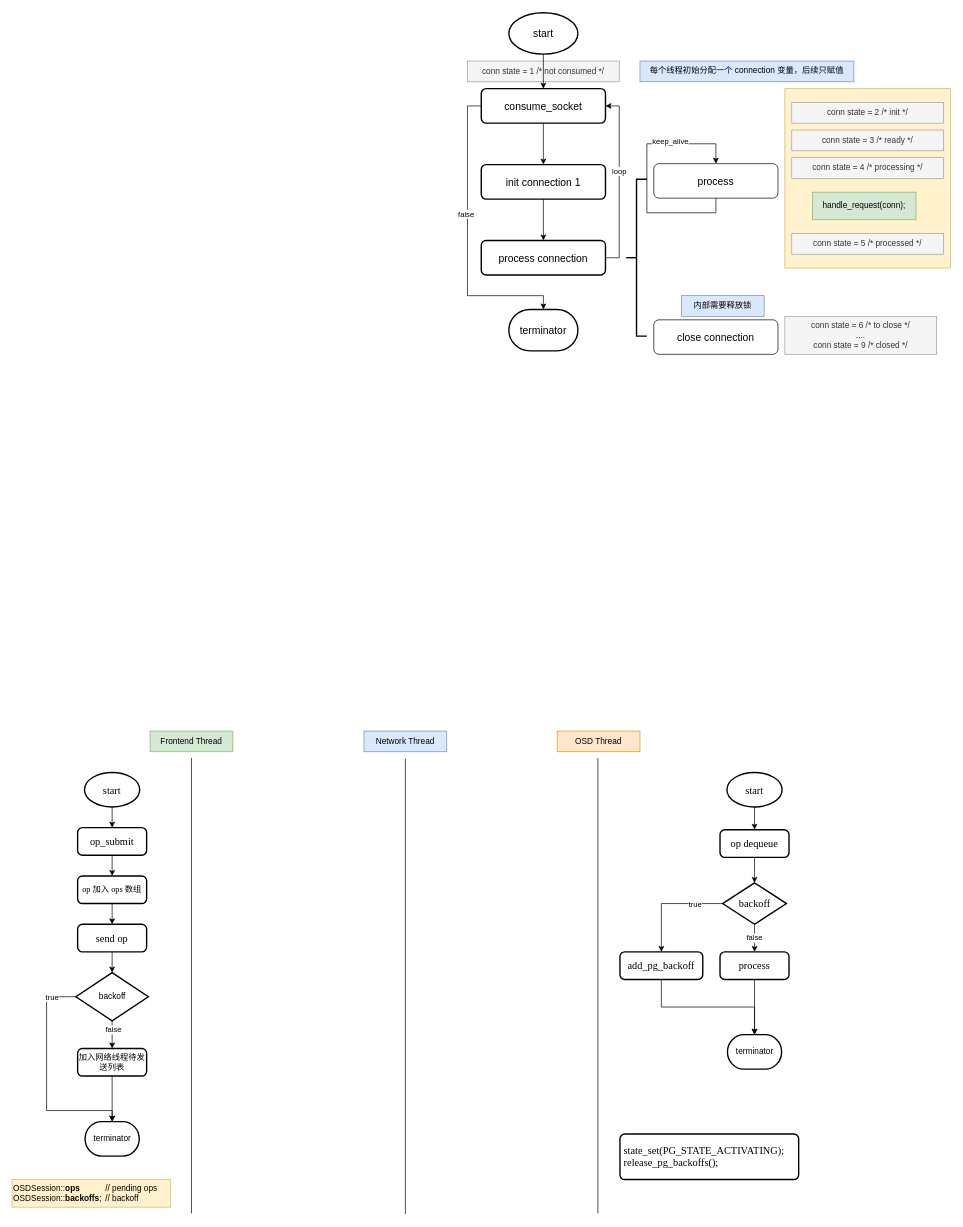
Above: civetweb.drawio in 1253757553/drawIO (draw.io), before the change. Source tidied: cells renumbered, new cells numbered last; positions are measured from the earlier drawing's top-left corner, leaving out a move shared by most shapes. Both pictures are drawn from the tidied source at 69%, with x=0, y=0 at pixel (12, 12).
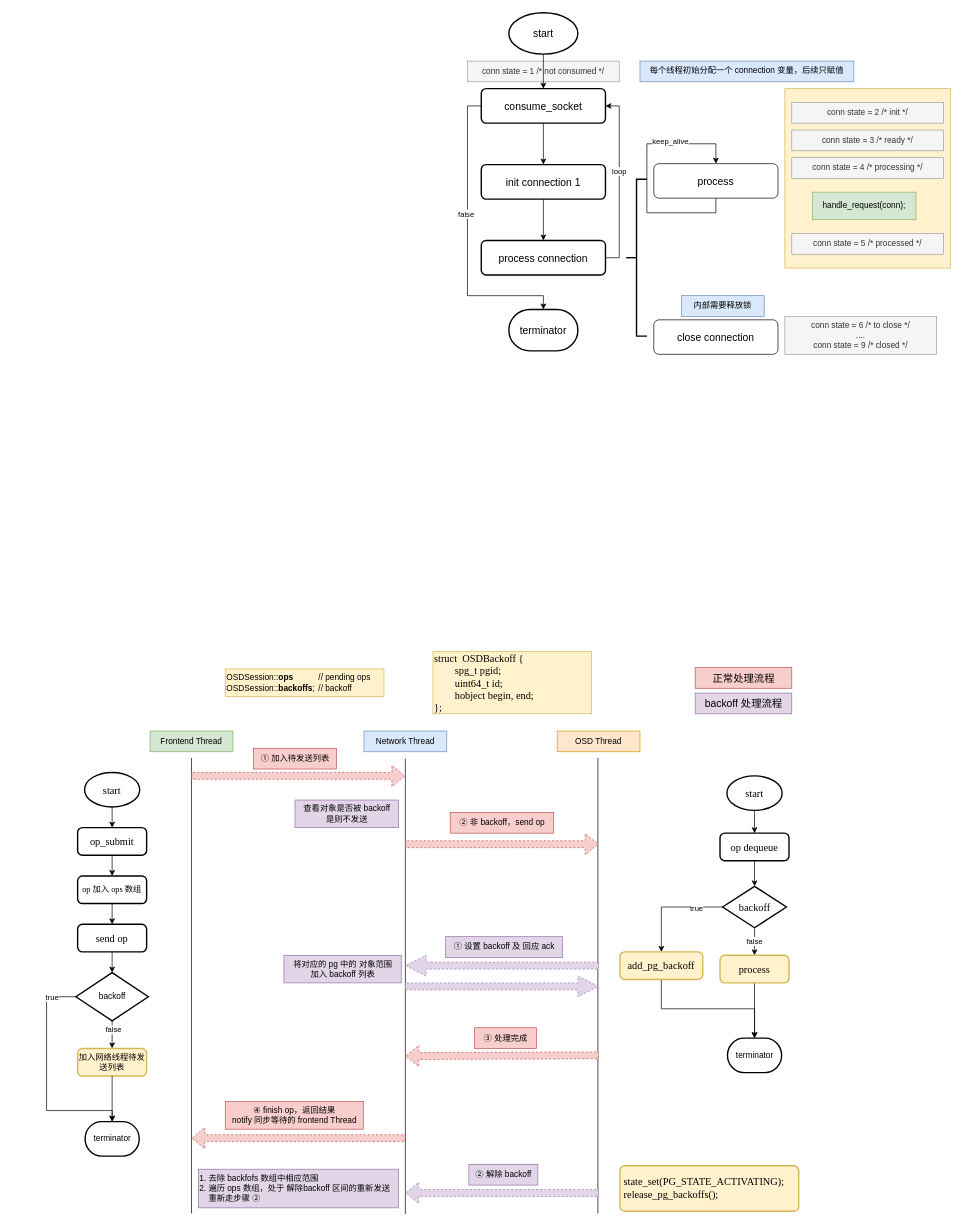
The same diagram, later.

Change to the diagram source:
```diff
@@
     <mxCell id="43" value="&lt;div&gt;OSDSession::&lt;b&gt;ops&lt;/b&gt; &lt;span style=&quot;white-space:pre&quot;&gt;&#9;&#9;&lt;/span&gt;// pending ops&lt;/div&gt;&lt;div&gt;OSDSession::&lt;b&gt;backoffs&lt;/b&gt;;&lt;span style=&quot;white-space:pre&quot;&gt;&#9;&lt;/span&gt;// backoff&lt;/div&gt;" style="text;html=1;align=left;verticalAlign=middle;whiteSpace=wrap;rounded=0;fillColor=#fff2cc;strokeColor=#d6b656;" parent="1" vertex="1">
-      <mxGeometry y="1691" width="230" height="40" as="geometry" />
+      <mxGeometry x="309" y="951" width="230" height="40" as="geometry" />
     </mxCell>
@@
-    <mxCell id="48" value="加入网络线程待发送列表" style="rounded=1;whiteSpace=wrap;html=1;absoluteArcSize=1;arcSize=14;strokeWidth=2;" parent="1" vertex="1">
+    <mxCell id="48" value="加入网络线程待发送列表" style="rounded=1;whiteSpace=wrap;html=1;absoluteArcSize=1;arcSize=14;strokeWidth=2;fillColor=#fff2cc;strokeColor=#d6b656;" parent="1" vertex="1">
       <mxGeometry x="95" y="1501" width="100" height="40" as="geometry" />
     </mxCell>
@@
     <mxCell id="55" value="&lt;font face=&quot;Times New Roman&quot; style=&quot;font-size: 15px;&quot;&gt;start&lt;/font&gt;" style="strokeWidth=2;html=1;shape=mxgraph.flowchart.start_1;whiteSpace=wrap;" parent="1" vertex="1">
-      <mxGeometry x="1036" y="1101" width="80" height="50" as="geometry" />
+      <mxGeometry x="1036" y="1106" width="80" height="50" as="geometry" />
     </mxCell>
     <mxCell id="56" value="&lt;font face=&quot;Times New Roman&quot;&gt;&lt;span style=&quot;font-size: 15px;&quot;&gt;op dequeue&lt;/span&gt;&lt;/font&gt;" style="rounded=1;whiteSpace=wrap;html=1;absoluteArcSize=1;arcSize=14;strokeWidth=2;" parent="1" vertex="1">
-      <mxGeometry x="1026" y="1184" width="100" height="40" as="geometry" />
+      <mxGeometry x="1026" y="1189" width="100" height="40" as="geometry" />
     </mxCell>
@@
     <mxCell id="60" value="&lt;font style=&quot;font-size: 15px;&quot; face=&quot;Times New Roman&quot;&gt;backoff&lt;/font&gt;" style="strokeWidth=2;html=1;shape=mxgraph.flowchart.decision;whiteSpace=wrap;" parent="1" vertex="1">
-      <mxGeometry x="1029.8" y="1261" width="92.5" height="60" as="geometry" />
+      <mxGeometry x="1029.8" y="1266" width="92.5" height="60" as="geometry" />
     </mxCell>
     <mxCell id="61" style="edgeStyle=orthogonalEdgeStyle;rounded=0;jettySize=auto;html=1;exitX=0.5;exitY=1;exitDx=0;exitDy=0;" parent="1" edge="1" source="62">
       <mxGeometry relative="1" as="geometry">
-        <mxPoint x="1076" y="1481" as="targetPoint" />
+        <mxPoint x="1076" y="1486" as="targetPoint" />
       </mxGeometry>
     </mxCell>
-    <mxCell id="62" value="&lt;font style=&quot;font-size: 15px;&quot; face=&quot;Times New Roman&quot;&gt;process&lt;/font&gt;" style="rounded=1;whiteSpace=wrap;html=1;absoluteArcSize=1;arcSize=14;strokeWidth=2;" parent="1" vertex="1">
-      <mxGeometry x="1026" y="1361" width="100" height="40" as="geometry" />
+    <mxCell id="62" value="&lt;font style=&quot;font-size: 15px;&quot; face=&quot;Times New Roman&quot;&gt;process&lt;/font&gt;" style="rounded=1;whiteSpace=wrap;html=1;absoluteArcSize=1;arcSize=14;strokeWidth=2;fillColor=#fff2cc;strokeColor=#d6b656;" parent="1" vertex="1">
+      <mxGeometry x="1026" y="1366" width="100" height="40" as="geometry" />
     </mxCell>
@@
-    <mxCell id="65" value="&lt;div class=&quot;mp-block-code-container&quot;&gt;&lt;pre style=&quot;overflow:auto&quot; class=&quot;mp-block-code-wrapper language-cpp&quot; spellcheck=&quot;false&quot;&gt;&lt;div style=&quot;overflow:auto&quot; class=&quot;mp-block-code-content&quot;&gt;&lt;div class=&quot;mp-block-code-line&quot;&gt;&lt;span class=&quot;mp-block-code-line-content&quot;&gt;&lt;font style=&quot;font-size: 15px;&quot; face=&quot;Times New Roman&quot;&gt;add_pg_backoff&lt;/font&gt;&lt;/span&gt;&lt;/div&gt;&lt;/div&gt;&lt;/pre&gt;&lt;/div&gt;&lt;span class=&quot;mp-morpho-clipboard-doc-data&quot; data-morpho-doc-data=&quot;{&amp;quot;token&amp;quot;:&amp;quot;eyJhbGciOiJkaXIiLCJlbmMiOiJBMjU2R0NNIiwiYXBwSWQiOjEsInVpZCI6IlJwZjc3dm04TEUiLCJkb2NJZCI6InA1akJ1VllRQU9MX0IyIn0..MZDtKFkFQTlGJ8MC.aDaDxI_EinaNMKY9jjZV700NFYcS0YW0zk7ayk-DiJGO3N3S66tyYHH0j371GUDVrIQJL9d3-qEqKE9PYFEJRVh-kbnZ5zRWzxFcASqiscKPwq9REfCqIlF_kGmAo9mJ8rU3PhqWoFYz_juT_r-jXPNIgs_IecfH0P-RgJFbQ_LCheDi5WE2Oov2HN13xUEcA_zCnDivd8Q_zoicypyFRY-GZA.uTiKGGI4jxvv-MYLlxSpGw&amp;quot;,&amp;quot;appId&amp;quot;:&amp;quot;1&amp;quot;}&quot;&gt;&lt;/span&gt;" style="rounded=1;whiteSpace=wrap;html=1;absoluteArcSize=1;arcSize=14;strokeWidth=2;" parent="1" vertex="1">
+    <mxCell id="65" value="&lt;div class=&quot;mp-block-code-container&quot;&gt;&lt;pre style=&quot;overflow:auto&quot; class=&quot;mp-block-code-wrapper language-cpp&quot; spellcheck=&quot;false&quot;&gt;&lt;div style=&quot;overflow:auto&quot; class=&quot;mp-block-code-content&quot;&gt;&lt;div class=&quot;mp-block-code-line&quot;&gt;&lt;span class=&quot;mp-block-code-line-content&quot;&gt;&lt;font style=&quot;font-size: 15px;&quot; face=&quot;Times New Roman&quot;&gt;add_pg_backoff&lt;/font&gt;&lt;/span&gt;&lt;/div&gt;&lt;/div&gt;&lt;/pre&gt;&lt;/div&gt;&lt;span class=&quot;mp-morpho-clipboard-doc-data&quot; data-morpho-doc-data=&quot;{&amp;quot;token&amp;quot;:&amp;quot;eyJhbGciOiJkaXIiLCJlbmMiOiJBMjU2R0NNIiwiYXBwSWQiOjEsInVpZCI6IlJwZjc3dm04TEUiLCJkb2NJZCI6InA1akJ1VllRQU9MX0IyIn0..MZDtKFkFQTlGJ8MC.aDaDxI_EinaNMKY9jjZV700NFYcS0YW0zk7ayk-DiJGO3N3S66tyYHH0j371GUDVrIQJL9d3-qEqKE9PYFEJRVh-kbnZ5zRWzxFcASqiscKPwq9REfCqIlF_kGmAo9mJ8rU3PhqWoFYz_juT_r-jXPNIgs_IecfH0P-RgJFbQ_LCheDi5WE2Oov2HN13xUEcA_zCnDivd8Q_zoicypyFRY-GZA.uTiKGGI4jxvv-MYLlxSpGw&amp;quot;,&amp;quot;appId&amp;quot;:&amp;quot;1&amp;quot;}&quot;&gt;&lt;/span&gt;" style="rounded=1;whiteSpace=wrap;html=1;absoluteArcSize=1;arcSize=14;strokeWidth=2;fillColor=#fff2cc;strokeColor=#d6b656;" parent="1" vertex="1">
       <mxGeometry x="881" y="1361" width="120" height="40" as="geometry" />
     </mxCell>
     <mxCell id="66" value="terminator" style="strokeWidth=2;html=1;shape=mxgraph.flowchart.terminator;whiteSpace=wrap;" parent="1" vertex="1">
-      <mxGeometry x="1036.8" y="1481" width="78.5" height="50" as="geometry" />
+      <mxGeometry x="1036.8" y="1486" width="78.5" height="50" as="geometry" />
     </mxCell>
-    <mxCell id="67" value="&lt;div class=&quot;mp-block-code-container&quot;&gt;&lt;pre style=&quot;overflow:auto&quot; class=&quot;mp-block-code-wrapper language-cpp&quot; spellcheck=&quot;false&quot;&gt;&lt;div style=&quot;overflow: auto; font-size: 15px;&quot; class=&quot;mp-block-code-content&quot;&gt;&lt;div class=&quot;mp-block-code-line&quot;&gt;&lt;p style=&quot;margin: 0px; font-variant-numeric: normal; font-variant-east-asian: normal; font-variant-alternates: normal; font-size-adjust: none; font-kerning: auto; font-optical-sizing: auto; font-feature-settings: normal; font-variation-settings: normal; font-variant-position: normal; font-stretch: normal; line-height: normal; white-space: normal;&quot; class=&quot;p1&quot;&gt;&lt;font style=&quot;font-size: 15px;&quot; face=&quot;Times New Roman&quot;&gt;&lt;span style=&quot;&quot; class=&quot;Apple-converted-space&quot;&gt;&amp;nbsp;&lt;/span&gt;state_set(PG_STATE_ACTIVATING);&lt;/font&gt;&lt;/p&gt;&lt;p style=&quot;margin: 0px; font-variant-numeric: normal; font-variant-east-asian: normal; font-variant-alternates: normal; font-size-adjust: none; font-kerning: auto; font-optical-sizing: auto; font-feature-settings: normal; font-variation-settings: normal; font-variant-position: normal; font-stretch: normal; line-height: normal; white-space: normal;&quot; class=&quot;p1&quot;&gt;&lt;font style=&quot;font-size: 15px;&quot; face=&quot;Times New Roman&quot;&gt;&lt;span style=&quot;&quot; class=&quot;Apple-converted-space&quot;&gt;&amp;nbsp;&lt;/span&gt;release_pg_backoffs();&lt;/font&gt;&lt;/p&gt;&lt;/div&gt;&lt;/div&gt;&lt;/pre&gt;&lt;/div&gt;&lt;span class=&quot;mp-morpho-clipboard-doc-data&quot; data-morpho-doc-data=&quot;{&amp;quot;token&amp;quot;:&amp;quot;eyJhbGciOiJkaXIiLCJlbmMiOiJBMjU2R0NNIiwiYXBwSWQiOjEsInVpZCI6IlJwZjc3dm04TEUiLCJkb2NJZCI6InA1akJ1VllRQU9MX0IyIn0..MZDtKFkFQTlGJ8MC.aDaDxI_EinaNMKY9jjZV700NFYcS0YW0zk7ayk-DiJGO3N3S66tyYHH0j371GUDVrIQJL9d3-qEqKE9PYFEJRVh-kbnZ5zRWzxFcASqiscKPwq9REfCqIlF_kGmAo9mJ8rU3PhqWoFYz_juT_r-jXPNIgs_IecfH0P-RgJFbQ_LCheDi5WE2Oov2HN13xUEcA_zCnDivd8Q_zoicypyFRY-GZA.uTiKGGI4jxvv-MYLlxSpGw&amp;quot;,&amp;quot;appId&amp;quot;:&amp;quot;1&amp;quot;}&quot;&gt;&lt;/span&gt;" style="rounded=1;whiteSpace=wrap;html=1;absoluteArcSize=1;arcSize=14;strokeWidth=2;align=left;" parent="1" vertex="1">
-      <mxGeometry x="881" y="1625" width="259" height="66" as="geometry" />
+    <mxCell id="67" value="&lt;div class=&quot;mp-block-code-container&quot;&gt;&lt;pre style=&quot;overflow:auto&quot; class=&quot;mp-block-code-wrapper language-cpp&quot; spellcheck=&quot;false&quot;&gt;&lt;div style=&quot;overflow: auto; font-size: 15px;&quot; class=&quot;mp-block-code-content&quot;&gt;&lt;div class=&quot;mp-block-code-line&quot;&gt;&lt;p style=&quot;margin: 0px; font-variant-numeric: normal; font-variant-east-asian: normal; font-variant-alternates: normal; font-size-adjust: none; font-kerning: auto; font-optical-sizing: auto; font-feature-settings: normal; font-variation-settings: normal; font-variant-position: normal; font-stretch: normal; line-height: normal; white-space: normal;&quot; class=&quot;p1&quot;&gt;&lt;font style=&quot;font-size: 15px;&quot; face=&quot;Times New Roman&quot;&gt;&lt;span style=&quot;&quot; class=&quot;Apple-converted-space&quot;&gt;&amp;nbsp;&lt;/span&gt;state_set(PG_STATE_ACTIVATING);&lt;/font&gt;&lt;/p&gt;&lt;p style=&quot;margin: 0px; font-variant-numeric: normal; font-variant-east-asian: normal; font-variant-alternates: normal; font-size-adjust: none; font-kerning: auto; font-optical-sizing: auto; font-feature-settings: normal; font-variation-settings: normal; font-variant-position: normal; font-stretch: normal; line-height: normal; white-space: normal;&quot; class=&quot;p1&quot;&gt;&lt;font style=&quot;font-size: 15px;&quot; face=&quot;Times New Roman&quot;&gt;&lt;span style=&quot;&quot; class=&quot;Apple-converted-space&quot;&gt;&amp;nbsp;&lt;/span&gt;release_pg_backoffs();&lt;/font&gt;&lt;/p&gt;&lt;/div&gt;&lt;/div&gt;&lt;/pre&gt;&lt;/div&gt;&lt;span class=&quot;mp-morpho-clipboard-doc-data&quot; data-morpho-doc-data=&quot;{&amp;quot;token&amp;quot;:&amp;quot;eyJhbGciOiJkaXIiLCJlbmMiOiJBMjU2R0NNIiwiYXBwSWQiOjEsInVpZCI6IlJwZjc3dm04TEUiLCJkb2NJZCI6InA1akJ1VllRQU9MX0IyIn0..MZDtKFkFQTlGJ8MC.aDaDxI_EinaNMKY9jjZV700NFYcS0YW0zk7ayk-DiJGO3N3S66tyYHH0j371GUDVrIQJL9d3-qEqKE9PYFEJRVh-kbnZ5zRWzxFcASqiscKPwq9REfCqIlF_kGmAo9mJ8rU3PhqWoFYz_juT_r-jXPNIgs_IecfH0P-RgJFbQ_LCheDi5WE2Oov2HN13xUEcA_zCnDivd8Q_zoicypyFRY-GZA.uTiKGGI4jxvv-MYLlxSpGw&amp;quot;,&amp;quot;appId&amp;quot;:&amp;quot;1&amp;quot;}&quot;&gt;&lt;/span&gt;" style="rounded=1;whiteSpace=wrap;html=1;absoluteArcSize=1;arcSize=14;strokeWidth=2;align=left;fillColor=#fff2cc;strokeColor=#d6b656;" parent="1" vertex="1">
+      <mxGeometry x="881" y="1671" width="259" height="66" as="geometry" />
     </mxCell>
+    <mxCell id="68" style="endArrow=classic;html=1;rounded=0;dashed=1;curved=0;shape=flexArrow;fillColor=#f8cecc;strokeColor=#b85450;" parent="1" edge="1">
+      <mxGeometry relative="1" as="geometry">
+        <mxPoint x="260" y="1106" as="sourcePoint" />
+        <mxPoint x="570" y="1106" as="targetPoint" />
+      </mxGeometry>
+    </mxCell>
+    <mxCell id="69" style="endArrow=classic;html=1;rounded=0;dashed=1;shape=flexArrow;fillColor=#f8cecc;strokeColor=#b85450;" parent="1" edge="1">
+      <mxGeometry relative="1" as="geometry">
+        <mxPoint x="570" y="1631" as="sourcePoint" />
+        <mxPoint x="260" y="1631" as="targetPoint" />
+      </mxGeometry>
+    </mxCell>
+    <mxCell id="70" value="④ finish op，返回结果&lt;div&gt;notify 同步等待的 frontend Thread&lt;/div&gt;" style="text;html=1;align=center;verticalAlign=middle;strokeColor=#b85450;fillColor=#f8cecc;" parent="1" vertex="1">
+      <mxGeometry x="309" y="1578" width="200" height="40" as="geometry" />
+    </mxCell>
+    <mxCell id="71" style="endArrow=classic;html=1;rounded=0;dashed=1;shape=flexArrow;fillColor=#f8cecc;strokeColor=#b85450;" parent="1" edge="1">
+      <mxGeometry relative="1" as="geometry">
+        <mxPoint x="570" y="1205" as="sourcePoint" />
+        <mxPoint x="850" y="1205" as="targetPoint" />
+      </mxGeometry>
+    </mxCell>
+    <mxCell id="72" style="endArrow=classic;html=1;rounded=0;dashed=1;shape=flexArrow;fillColor=#f8cecc;strokeColor=#b85450;" parent="1" edge="1">
+      <mxGeometry relative="1" as="geometry">
+        <mxPoint x="850" y="1511" as="sourcePoint" />
+        <mxPoint x="570" y="1512" as="targetPoint" />
+      </mxGeometry>
+    </mxCell>
+    <mxCell id="73" style="endArrow=classic;html=1;rounded=0;dashed=1;fillColor=#e1d5e7;strokeColor=#9673a6;shape=arrow;" parent="1" edge="1">
+      <mxGeometry relative="1" as="geometry">
+        <mxPoint x="850" y="1381" as="sourcePoint" />
+        <mxPoint x="570" y="1381" as="targetPoint" />
+      </mxGeometry>
+    </mxCell>
+    <mxCell id="74" style="endArrow=classic;html=1;rounded=0;dashed=1;fillColor=#e1d5e7;strokeColor=#9673a6;shape=flexArrow;" parent="1" edge="1">
+      <mxGeometry relative="1" as="geometry">
+        <mxPoint x="850" y="1710.5" as="sourcePoint" />
+        <mxPoint x="570" y="1710.4" as="targetPoint" />
+      </mxGeometry>
+    </mxCell>
+    <mxCell id="75" value="① 加入待发送列表" style="text;html=1;align=center;verticalAlign=middle;strokeColor=#b85450;fillColor=#f8cecc;" parent="1" vertex="1">
+      <mxGeometry x="350" y="1066" width="120" height="30" as="geometry" />
+    </mxCell>
+    <mxCell id="76" value="查看对象是否被 backoff&lt;div&gt;是则不发送&lt;/div&gt;" style="text;html=1;align=center;verticalAlign=middle;strokeColor=#9673a6;fillColor=#e1d5e7;" parent="1" vertex="1">
+      <mxGeometry x="410" y="1141" width="150" height="40" as="geometry" />
+    </mxCell>
+    <mxCell id="77" value="② 非 backoff，send op" style="text;html=1;align=center;verticalAlign=middle;strokeColor=#b85450;fillColor=#f8cecc;" parent="1" vertex="1">
+      <mxGeometry x="635" y="1159" width="150" height="30" as="geometry" />
+    </mxCell>
+    <mxCell id="78" value="③ 处理完成" style="text;html=1;align=center;verticalAlign=middle;strokeColor=#b85450;fillColor=#f8cecc;" parent="1" vertex="1">
+      <mxGeometry x="670" y="1471" width="90" height="30" as="geometry" />
+    </mxCell>
+    <mxCell id="79" value="① 设置 backoff 及 回应 ack" style="text;html=1;align=center;verticalAlign=middle;strokeColor=#9673a6;fillColor=#e1d5e7;" parent="1" vertex="1">
+      <mxGeometry x="628" y="1339" width="170" height="30" as="geometry" />
+    </mxCell>
+    <mxCell id="80" style="endArrow=classic;html=1;rounded=0;dashed=1;fillColor=#e1d5e7;strokeColor=#9673a6;shape=arrow;" parent="1" edge="1">
+      <mxGeometry relative="1" as="geometry">
+        <mxPoint x="570" y="1411" as="sourcePoint" />
+        <mxPoint x="850" y="1411" as="targetPoint" />
+      </mxGeometry>
+    </mxCell>
+    <mxCell id="81" value="② 解除 backoff" style="text;html=1;align=center;verticalAlign=middle;strokeColor=#9673a6;fillColor=#e1d5e7;" parent="1" vertex="1">
+      <mxGeometry x="662" y="1669" width="100" height="30" as="geometry" />
+    </mxCell>
+    <mxCell id="82" value="将对应的 pg 中的 对象范围&lt;div&gt;加入 backoff 列表&lt;/div&gt;" style="text;html=1;align=center;verticalAlign=middle;strokeColor=#9673a6;fillColor=#e1d5e7;" parent="1" vertex="1">
+      <mxGeometry x="394" y="1366" width="170" height="40" as="geometry" />
+    </mxCell>
+    <mxCell id="83" value="&lt;ol style=&quot;margin-bottom: 0px; margin-top: 0px; padding-left: 15px;&quot;&gt;&lt;li&gt;去除 backfofs 数组中相应范围&lt;/li&gt;&lt;li&gt;遍历 ops 数组，处于 解除backoff 区间的重新发送重新走步骤 ②&lt;/li&gt;&lt;/ol&gt;" style="text;html=1;align=left;verticalAlign=middle;strokeColor=#9673a6;fillColor=#e1d5e7;imageWidth=24;imageAspect=0;imageHeight=20;absoluteArcSize=0;overflow=width;fixDash=1;noLabel=0;fillOpacity=100;perimeter=centerPerimeter;strokeOpacity=100;backgroundOutline=1;linecap=square;comic=0;enumerate=0;fixedWidth=0;imageVerticalAlign=top;whiteSpace=wrap;" parent="1" vertex="1" collapsed="1">
+      <mxGeometry x="270" y="1676" width="290" height="56" as="geometry" />
+    </mxCell>
+    <mxCell id="84" value="&lt;font style=&quot;font-size: 15px;&quot; face=&quot;Times New Roman&quot;&gt;struct&amp;nbsp; OSDBackoff {&lt;/font&gt;&lt;div style=&quot;font-size: 15px;&quot;&gt;&lt;font style=&quot;font-size: 15px;&quot; face=&quot;Times New Roman&quot;&gt;&lt;span style=&quot;white-space: pre;&quot;&gt;&#9;&lt;/span&gt;spg_t pgid;&lt;br&gt;&lt;/font&gt;&lt;/div&gt;&lt;div style=&quot;font-size: 15px;&quot;&gt;&lt;font style=&quot;font-size: 15px;&quot; face=&quot;Times New Roman&quot;&gt;&lt;span style=&quot;white-space: pre;&quot;&gt;&#9;&lt;/span&gt;uint64_t id;&lt;br&gt;&lt;/font&gt;&lt;/div&gt;&lt;div style=&quot;font-size: 15px;&quot;&gt;&lt;font style=&quot;font-size: 15px;&quot; face=&quot;Times New Roman&quot;&gt;&lt;span style=&quot;white-space: pre;&quot;&gt;&#9;&lt;/span&gt;hobject begin, end;&lt;br&gt;&lt;/font&gt;&lt;/div&gt;&lt;div style=&quot;font-size: 15px;&quot;&gt;&lt;font style=&quot;font-size: 15px;&quot; face=&quot;Times New Roman&quot;&gt;};&lt;/font&gt;&lt;/div&gt;" style="text;html=1;align=left;verticalAlign=middle;whiteSpace=wrap;rounded=0;fillColor=#fff2cc;strokeColor=#d6b656;" parent="1" vertex="1">
+      <mxGeometry x="610" y="926" width="230" height="90" as="geometry" />
+    </mxCell>
+    <mxCell id="85" value="正常处理流程" style="text;html=1;align=center;verticalAlign=middle;strokeColor=#b85450;fillColor=#f8cecc;fontFamily=Helvetica;fontSize=15;" parent="1" vertex="1">
+      <mxGeometry x="990" y="949" width="140" height="30" as="geometry" />
+    </mxCell>
+    <mxCell id="86" value="backoff 处理流程" style="text;html=1;align=center;verticalAlign=middle;strokeColor=#9673a6;fillColor=#e1d5e7;fontFamily=Helvetica;fontSize=15;" parent="1" vertex="1">
+      <mxGeometry x="990" y="986" width="140" height="30" as="geometry" />
+    </mxCell>
```
